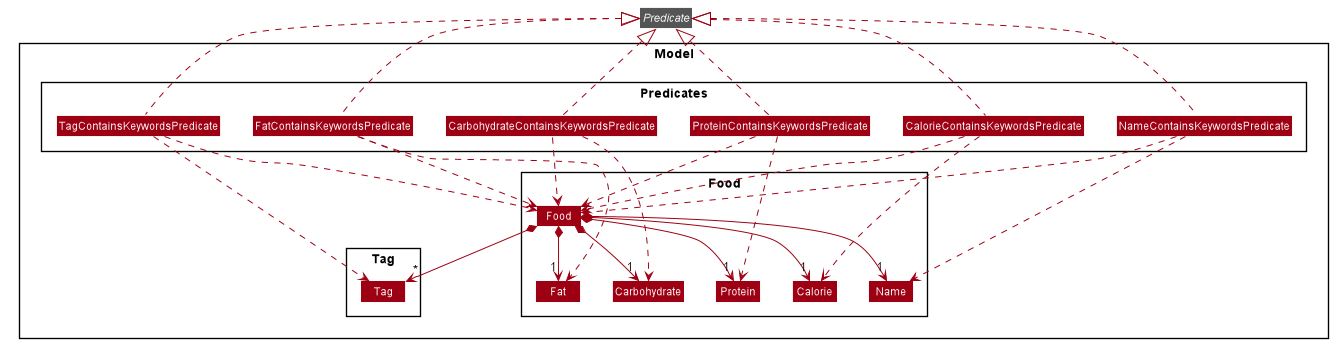
Above: images/FindListCommandPredicateClassDiagram.png in AY1920S2-CS2103T-F11-1/main (PlantUML), before the change.
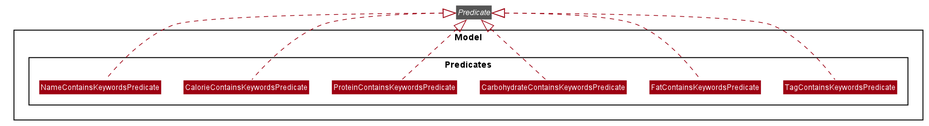
After the commit.

Change to the diagram source:
```diff
@@ -65,19 +65,6 @@
 Class NameContainsKeywordsPredicate
 }
 
-Package Food {
-Class Food
-Class Name
-Class Calorie
-Class Protein
-Class Carbohydrate
-Class Fat
-}
-
-Package Tag {
-Class Tag
-}
-
 NameContainsKeywordsPredicate .up.|> Predicate
 CalorieContainsKeywordsPredicate .up.|> Predicate
 ProteinContainsKeywordsPredicate .up.|> Predicate
@@ -85,27 +72,6 @@
 FatContainsKeywordsPredicate .up.|> Predicate
 TagContainsKeywordsPredicate .up.|> Predicate
 
-Food *--> "1" Name
-Food *--> "1" Calorie
-Food *--> "1" Carbohydrate
-Food *--> "1" Protein
-Food *--> "1" Fat
-Food *--> "*" Tag
-
-NameContainsKeywordsPredicate ..> Food
-CalorieContainsKeywordsPredicate ..> Food
-ProteinContainsKeywordsPredicate ..> Food
-CarbohydrateContainsKeywordsPredicate ..> Food
-FatContainsKeywordsPredicate ..> Food
-TagContainsKeywordsPredicate ..> Food
-
-NameContainsKeywordsPredicate .down.> Name
-CalorieContainsKeywordsPredicate .down.> Calorie
-ProteinContainsKeywordsPredicate .down.> Protein
-CarbohydrateContainsKeywordsPredicate .down.> Carbohydrate
-FatContainsKeywordsPredicate .down.> Fat
-TagContainsKeywordsPredicate .down.> Tag
-
 }
 
 @enduml
```
